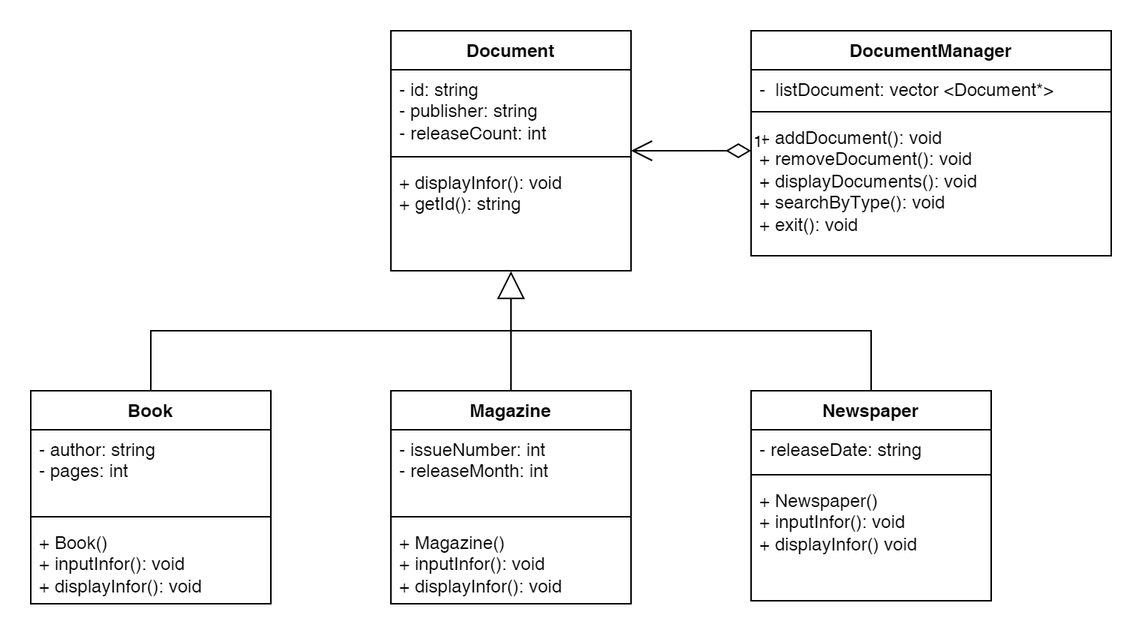
This is 02_LibraryManage/img/class_diagram.png from thanhetebkdn/object_orient_programming, a draw.io export, as it was before one commit. Source tidied: cells renumbered, new cells last; positions are measured from the earlier drawing's top-left corner, leaving out a move shared by most shapes. The source it was exported from:
```xml
<mxGraphModel>
  <root>
    <mxCell id="0" />
    <mxCell id="1" parent="0" />
    <mxCell id="2" value="Document" style="swimlane;fontStyle=1;align=center;verticalAlign=top;horizontal=1;startSize=26;whiteSpace=wrap;html=1;" parent="1" vertex="1">
      <mxGeometry x="240" width="160" height="160" as="geometry" />
    </mxCell>
    <mxCell id="3" value="- id: string&lt;div&gt;- publisher: string&lt;/div&gt;&lt;div&gt;- releaseCount: int&lt;/div&gt;" style="text;strokeColor=none;fillColor=none;align=left;verticalAlign=top;spacingLeft=4;spacingRight=4;overflow=hidden;whiteSpace=wrap;html=1;" parent="2" vertex="1">
      <mxGeometry y="26" width="160" height="54" as="geometry" />
    </mxCell>
    <mxCell id="4" style="line;strokeWidth=1;fillColor=none;align=left;verticalAlign=middle;spacingTop=-1;spacingLeft=3;spacingRight=3;labelPosition=right;strokeColor=inherit;" parent="2" vertex="1">
      <mxGeometry y="80" width="160" height="8" as="geometry" />
    </mxCell>
    <mxCell id="5" value="+ displayInfor(): void&lt;div&gt;+ getId(): string&lt;/div&gt;" style="text;strokeColor=none;fillColor=none;align=left;verticalAlign=top;spacingLeft=4;spacingRight=4;overflow=hidden;points=[[0,0.5],[1,0.5]];portConstraint=eastwest;whiteSpace=wrap;html=1;" parent="2" vertex="1">
      <mxGeometry y="88" width="160" height="72" as="geometry" />
    </mxCell>
    <mxCell id="6" value="Book  " style="swimlane;fontStyle=1;align=center;verticalAlign=top;horizontal=1;startSize=26;whiteSpace=wrap;html=1;" parent="1" vertex="1">
      <mxGeometry y="240" width="160" height="142" as="geometry" />
    </mxCell>
    <mxCell id="7" value="- author: string&lt;div&gt;- pages: int &amp;nbsp;&lt;br&gt;&lt;/div&gt;" style="text;strokeColor=none;fillColor=none;align=left;verticalAlign=top;spacingLeft=4;spacingRight=4;overflow=hidden;whiteSpace=wrap;html=1;" parent="6" vertex="1">
      <mxGeometry y="26" width="160" height="54" as="geometry" />
    </mxCell>
    <mxCell id="8" style="line;strokeWidth=1;fillColor=none;align=left;verticalAlign=middle;spacingTop=-1;spacingLeft=3;spacingRight=3;labelPosition=right;strokeColor=inherit;" parent="6" vertex="1">
      <mxGeometry y="80" width="160" height="8" as="geometry" />
    </mxCell>
    <mxCell id="9" value="+ Book()&lt;br&gt;+ inputInfor(): void&lt;br&gt;+&amp;nbsp;displayInfor(): void" style="text;strokeColor=none;fillColor=none;align=left;verticalAlign=top;spacingLeft=4;spacingRight=4;overflow=hidden;whiteSpace=wrap;html=1;" parent="6" vertex="1">
      <mxGeometry y="88" width="160" height="54" as="geometry" />
    </mxCell>
    <mxCell id="10" value="Magazine" style="swimlane;fontStyle=1;align=center;verticalAlign=top;horizontal=1;startSize=26;whiteSpace=wrap;html=1;" parent="1" vertex="1">
      <mxGeometry x="240" y="240" width="160" height="142" as="geometry" />
    </mxCell>
    <mxCell id="11" value="- issueNumber: int&lt;br&gt;&lt;div&gt;- releaseMonth: int&lt;br&gt;&lt;/div&gt;" style="text;strokeColor=none;fillColor=none;align=left;verticalAlign=top;spacingLeft=4;spacingRight=4;overflow=hidden;whiteSpace=wrap;html=1;" parent="10" vertex="1">
      <mxGeometry y="26" width="160" height="54" as="geometry" />
    </mxCell>
    <mxCell id="12" style="line;strokeWidth=1;fillColor=none;align=left;verticalAlign=middle;spacingTop=-1;spacingLeft=3;spacingRight=3;labelPosition=right;strokeColor=inherit;" parent="10" vertex="1">
      <mxGeometry y="80" width="160" height="8" as="geometry" />
    </mxCell>
    <mxCell id="13" value="&lt;div&gt;+ Magazine()&lt;/div&gt;&lt;div&gt;+ inputInfor(): void&lt;br&gt;+ displayInfor(): void&lt;br&gt;&lt;/div&gt;" style="text;strokeColor=none;fillColor=none;align=left;verticalAlign=top;spacingLeft=4;spacingRight=4;overflow=hidden;whiteSpace=wrap;html=1;" parent="10" vertex="1">
      <mxGeometry y="88" width="160" height="54" as="geometry" />
    </mxCell>
    <mxCell id="14" value="Newspaper " style="swimlane;fontStyle=1;align=center;verticalAlign=top;horizontal=1;startSize=26;whiteSpace=wrap;html=1;" parent="1" vertex="1">
      <mxGeometry x="480" y="240" width="160" height="140" as="geometry" />
    </mxCell>
    <mxCell id="15" value="- releaseDate: string" style="text;strokeColor=none;fillColor=none;align=left;verticalAlign=top;spacingLeft=4;spacingRight=4;overflow=hidden;whiteSpace=wrap;html=1;" parent="14" vertex="1">
      <mxGeometry y="26" width="160" height="26" as="geometry" />
    </mxCell>
    <mxCell id="16" style="line;strokeWidth=1;fillColor=none;align=left;verticalAlign=middle;spacingTop=-1;spacingLeft=3;spacingRight=3;labelPosition=right;strokeColor=inherit;" parent="14" vertex="1">
      <mxGeometry y="52" width="160" height="8" as="geometry" />
    </mxCell>
    <mxCell id="17" value="+ Newspaper()&lt;br&gt;+ inputInfor(): void&lt;br&gt;+ displayInfor()&amp;nbsp;void" style="text;strokeColor=none;fillColor=none;align=left;verticalAlign=top;spacingLeft=4;spacingRight=4;overflow=hidden;whiteSpace=wrap;html=1;" parent="14" vertex="1">
      <mxGeometry y="60" width="160" height="80" as="geometry" />
    </mxCell>
    <mxCell id="18" value="DocumentManager" style="swimlane;fontStyle=1;align=center;verticalAlign=top;horizontal=1;startSize=26;whiteSpace=wrap;html=1;" parent="1" vertex="1">
      <mxGeometry x="480" width="240" height="150" as="geometry" />
    </mxCell>
    <mxCell id="19" value="-&amp;nbsp;&amp;nbsp;listDocument: vector &amp;lt;Document*&amp;gt;" style="text;strokeColor=none;fillColor=none;align=left;verticalAlign=top;spacingLeft=4;spacingRight=4;overflow=hidden;whiteSpace=wrap;html=1;" parent="18" vertex="1">
      <mxGeometry y="26" width="240" height="24" as="geometry" />
    </mxCell>
    <mxCell id="20" style="line;strokeWidth=1;fillColor=none;align=left;verticalAlign=middle;spacingTop=-1;spacingLeft=3;spacingRight=3;labelPosition=right;strokeColor=inherit;" parent="18" vertex="1">
      <mxGeometry y="50" width="240" height="8" as="geometry" />
    </mxCell>
    <mxCell id="21" value="+ addDocument(): void&lt;div&gt;+ removeDocument()&lt;span style=&quot;background-color: initial;&quot;&gt;: void&lt;/span&gt;&lt;/div&gt;&lt;div&gt;+&amp;nbsp;displayDocuments()&lt;span style=&quot;background-color: initial;&quot;&gt;: void&lt;/span&gt;&lt;/div&gt;&lt;div&gt;+&amp;nbsp;searchByType()&lt;span style=&quot;background-color: initial;&quot;&gt;: void&lt;/span&gt;&lt;/div&gt;&lt;div&gt;+&amp;nbsp;exit()&lt;span style=&quot;background-color: initial;&quot;&gt;: void&lt;/span&gt;&lt;/div&gt;" style="text;strokeColor=none;fillColor=none;align=left;verticalAlign=top;spacingLeft=4;spacingRight=4;overflow=hidden;points=[[0,0.5],[1,0.5]];portConstraint=eastwest;whiteSpace=wrap;html=1;" parent="18" vertex="1">
      <mxGeometry y="58" width="240" height="92" as="geometry" />
    </mxCell>
    <mxCell id="22" style="endArrow=block;endSize=16;endFill=0;html=1;rounded=0;entryX=0.5;entryY=1.004;entryDx=0;entryDy=0;entryPerimeter=0;exitX=0.5;exitY=0;exitDx=0;exitDy=0;" parent="1" edge="1" source="10" target="5">
      <mxGeometry relative="1" as="geometry" />
    </mxCell>
    <mxCell id="23" style="endArrow=none;html=1;rounded=0;exitX=0.5;exitY=0;exitDx=0;exitDy=0;entryX=0.5;entryY=0;entryDx=0;entryDy=0;" parent="1" edge="1" source="6" target="14">
      <mxGeometry relative="1" as="geometry">
        <Array as="points">
          <mxPoint x="80" y="200" />
          <mxPoint x="560" y="200" />
        </Array>
      </mxGeometry>
    </mxCell>
    <mxCell id="24" value="1" style="endArrow=open;html=1;endSize=12;startArrow=diamondThin;startSize=14;startFill=0;edgeStyle=orthogonalEdgeStyle;align=left;verticalAlign=bottom;rounded=0;exitX=0;exitY=0.239;exitDx=0;exitDy=0;entryX=1;entryY=0.5;entryDx=0;entryDy=0;exitPerimeter=0;" parent="1" edge="1" source="21" target="2">
      <mxGeometry x="-1" y="3" relative="1" as="geometry" />
    </mxCell>
  </root>
</mxGraphModel>
```
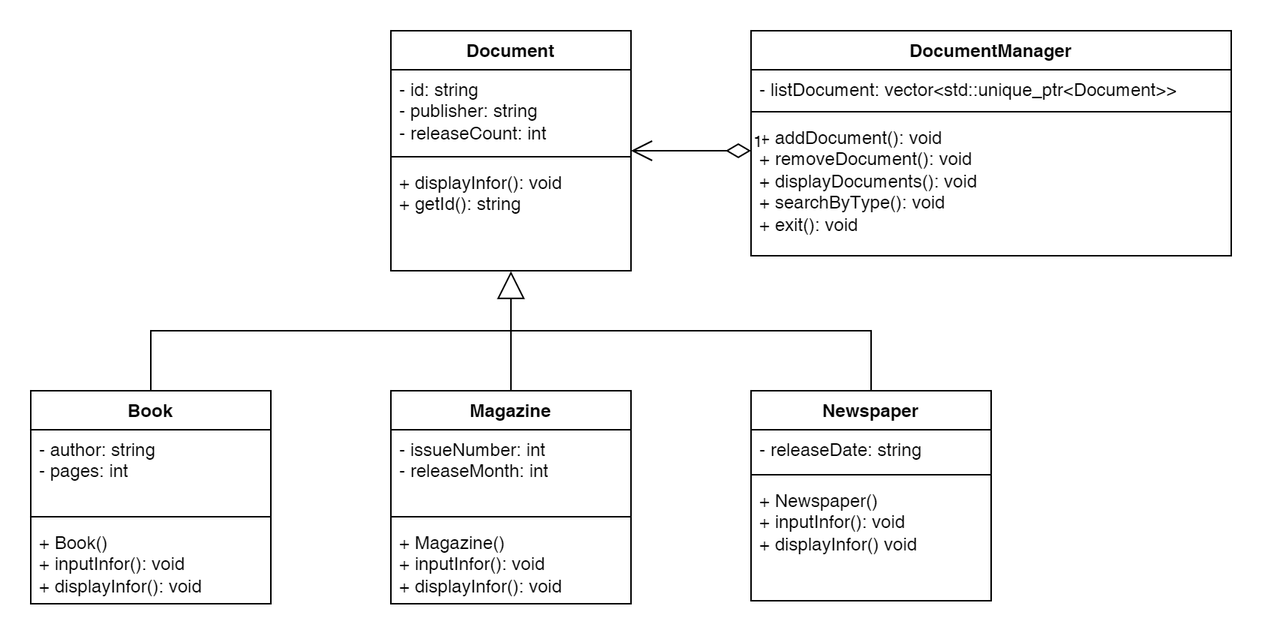
The same file after the commit.

The edit, as a diff of the source:
```diff
@@ -51,16 +51,16 @@
       <mxGeometry y="60" width="160" height="80" as="geometry" />
     </mxCell>
     <mxCell id="18" value="DocumentManager" style="swimlane;fontStyle=1;align=center;verticalAlign=top;horizontal=1;startSize=26;whiteSpace=wrap;html=1;" parent="1" vertex="1">
-      <mxGeometry x="480" width="240" height="150" as="geometry" />
+      <mxGeometry x="480" width="320" height="150" as="geometry" />
     </mxCell>
-    <mxCell id="19" value="-&amp;nbsp;&amp;nbsp;listDocument: vector &amp;lt;Document*&amp;gt;" style="text;strokeColor=none;fillColor=none;align=left;verticalAlign=top;spacingLeft=4;spacingRight=4;overflow=hidden;whiteSpace=wrap;html=1;" parent="18" vertex="1">
-      <mxGeometry y="26" width="240" height="24" as="geometry" />
+    <mxCell id="19" value="&lt;div&gt;- listDocument: vector&amp;lt;std::unique_ptr&amp;lt;Document&amp;gt;&amp;gt;&lt;br&gt;&lt;/div&gt;" style="text;strokeColor=none;fillColor=none;align=left;verticalAlign=top;spacingLeft=4;spacingRight=4;overflow=hidden;whiteSpace=wrap;html=1;" parent="18" vertex="1">
+      <mxGeometry y="26" width="320" height="24" as="geometry" />
     </mxCell>
     <mxCell id="20" style="line;strokeWidth=1;fillColor=none;align=left;verticalAlign=middle;spacingTop=-1;spacingLeft=3;spacingRight=3;labelPosition=right;strokeColor=inherit;" parent="18" vertex="1">
-      <mxGeometry y="50" width="240" height="8" as="geometry" />
+      <mxGeometry y="50" width="320" height="8" as="geometry" />
     </mxCell>
     <mxCell id="21" value="+ addDocument(): void&lt;div&gt;+ removeDocument()&lt;span style=&quot;background-color: initial;&quot;&gt;: void&lt;/span&gt;&lt;/div&gt;&lt;div&gt;+&amp;nbsp;displayDocuments()&lt;span style=&quot;background-color: initial;&quot;&gt;: void&lt;/span&gt;&lt;/div&gt;&lt;div&gt;+&amp;nbsp;searchByType()&lt;span style=&quot;background-color: initial;&quot;&gt;: void&lt;/span&gt;&lt;/div&gt;&lt;div&gt;+&amp;nbsp;exit()&lt;span style=&quot;background-color: initial;&quot;&gt;: void&lt;/span&gt;&lt;/div&gt;" style="text;strokeColor=none;fillColor=none;align=left;verticalAlign=top;spacingLeft=4;spacingRight=4;overflow=hidden;points=[[0,0.5],[1,0.5]];portConstraint=eastwest;whiteSpace=wrap;html=1;" parent="18" vertex="1">
-      <mxGeometry y="58" width="240" height="92" as="geometry" />
+      <mxGeometry y="58" width="320" height="92" as="geometry" />
     </mxCell>
     <mxCell id="22" style="endArrow=block;endSize=16;endFill=0;html=1;rounded=0;entryX=0.5;entryY=1.004;entryDx=0;entryDy=0;entryPerimeter=0;exitX=0.5;exitY=0;exitDx=0;exitDy=0;" parent="1" edge="1" source="10" target="5">
       <mxGeometry relative="1" as="geometry" />
```
